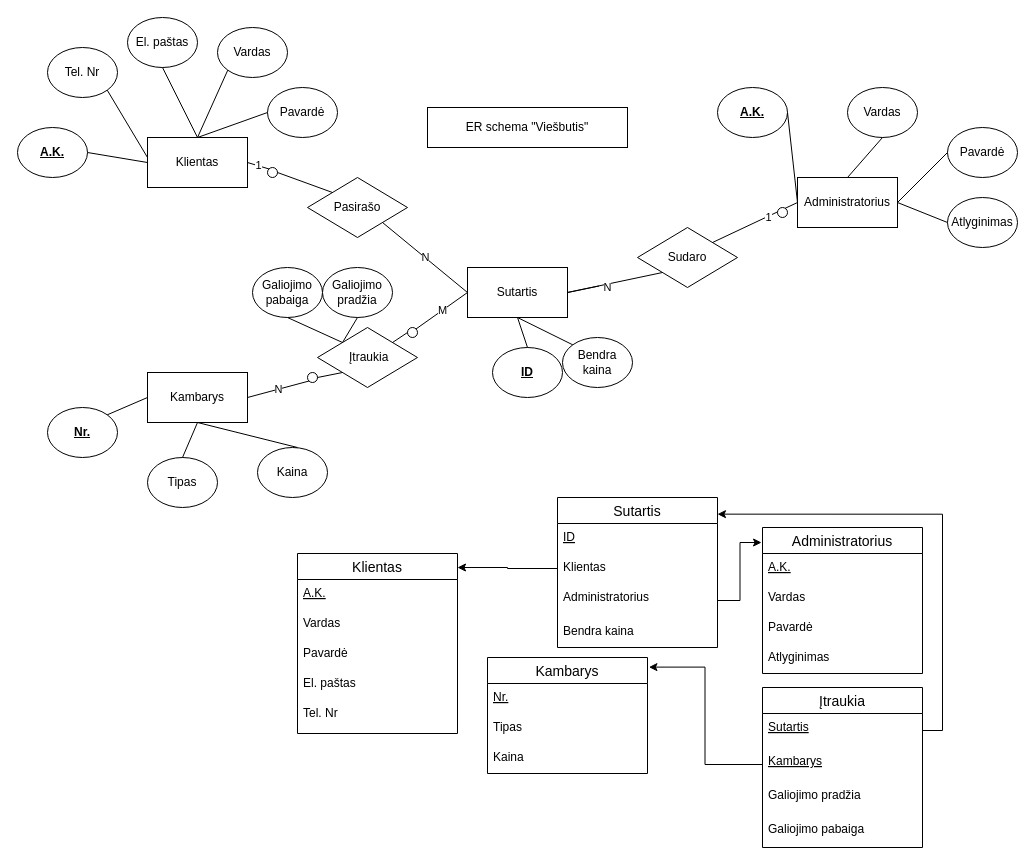
The draw.io diagram Viešbučio ErDiagrama.drawio in R0PK3/DBVS, before the edit. Source tidied: cells renumbered, new cells numbered last; positions are measured from the earlier drawing's top-left corner, leaving out a move shared by most shapes. Both pictures are drawn from the tidied source at 100%, with x=0, y=0 at pixel (17, 17).
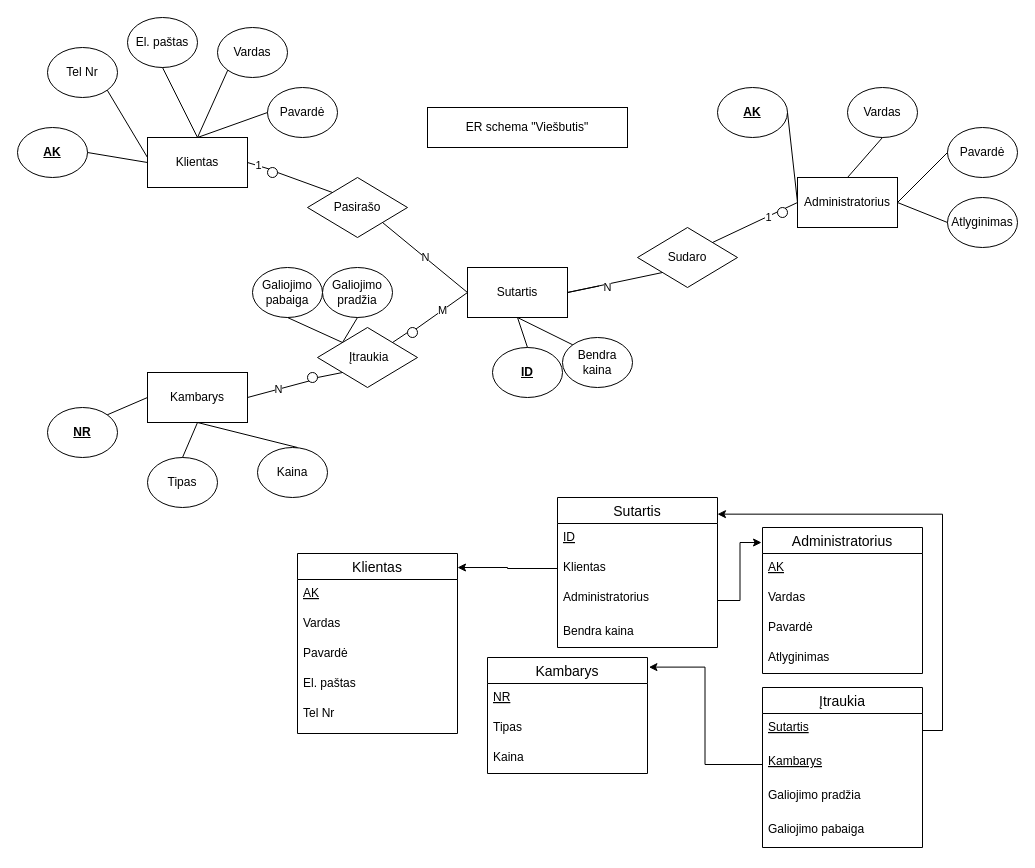
Above is the later version.

The change refers to these unchanged cells:
```xml
<mxCell id="46" value="Klientas" style="swimlane;fontStyle=0;horizontal=1;startSize=26;align=center;fontSize=14;" parent="1" vertex="1">
  <mxGeometry x="280" y="536" width="160" height="180" as="geometry" />
</mxCell>
<mxCell id="52" value="Administratorius" style="swimlane;fontStyle=0;horizontal=1;startSize=26;align=center;fontSize=14;" parent="1" vertex="1">
  <mxGeometry x="745" y="510" width="160" height="146" as="geometry" />
</mxCell>
<mxCell id="64" value="Kambarys" style="swimlane;fontStyle=0;horizontal=1;startSize=26;align=center;fontSize=14;" parent="1" vertex="1">
  <mxGeometry x="470" y="640" width="160" height="116" as="geometry" />
</mxCell>
```

Diff of the diagram source:
```diff
@@
-    <mxCell id="5" value="A.K." style="ellipse;whiteSpace=wrap;html=1;fontStyle=5;" parent="1" vertex="1">
+    <mxCell id="5" value="AK" style="ellipse;whiteSpace=wrap;html=1;fontStyle=5;" parent="1" vertex="1">
       <mxGeometry x="700" y="70" width="70" height="50" as="geometry" />
     </mxCell>
@@
-    <mxCell id="7" value="A.K." style="ellipse;whiteSpace=wrap;html=1;fontStyle=5;" parent="1" vertex="1">
+    <mxCell id="7" value="AK" style="ellipse;whiteSpace=wrap;html=1;fontStyle=5;" parent="1" vertex="1">
       <mxGeometry y="110" width="70" height="50" as="geometry" />
     </mxCell>
-    <mxCell id="8" value="Tel. Nr" style="ellipse;whiteSpace=wrap;html=1;" parent="1" vertex="1">
+    <mxCell id="8" value="Tel Nr" style="ellipse;whiteSpace=wrap;html=1;" parent="1" vertex="1">
       <mxGeometry x="30" y="30" width="70" height="50" as="geometry" />
     </mxCell>
@@
-    <mxCell id="21" value="Nr." style="ellipse;whiteSpace=wrap;html=1;fontStyle=5;" parent="1" vertex="1">
+    <mxCell id="21" value="NR" style="ellipse;whiteSpace=wrap;html=1;fontStyle=5;" parent="1" vertex="1">
       <mxGeometry x="30" y="390" width="70" height="50" as="geometry" />
     </mxCell>
@@
-    <mxCell id="47" value="A.K." style="text;strokeColor=none;fillColor=none;spacingLeft=4;spacingRight=4;overflow=hidden;fontSize=12;fontStyle=4;" parent="46" vertex="1">
+    <mxCell id="47" value="AK" style="text;strokeColor=none;fillColor=none;spacingLeft=4;spacingRight=4;overflow=hidden;fontSize=12;fontStyle=4;" parent="46" vertex="1">
       <mxGeometry y="26" width="160" height="30" as="geometry" />
     </mxCell>
@@
-    <mxCell id="51" value="Tel. Nr" style="text;strokeColor=none;fillColor=none;spacingLeft=4;spacingRight=4;overflow=hidden;fontSize=12;" parent="46" vertex="1">
+    <mxCell id="51" value="Tel Nr" style="text;strokeColor=none;fillColor=none;spacingLeft=4;spacingRight=4;overflow=hidden;fontSize=12;" parent="46" vertex="1">
       <mxGeometry y="146" width="160" height="34" as="geometry" />
     </mxCell>
@@
-    <mxCell id="53" value="A.K." style="text;strokeColor=none;fillColor=none;spacingLeft=4;spacingRight=4;overflow=hidden;fontSize=12;fontStyle=4;" parent="52" vertex="1">
+    <mxCell id="53" value="AK" style="text;strokeColor=none;fillColor=none;spacingLeft=4;spacingRight=4;overflow=hidden;fontSize=12;fontStyle=4;" parent="52" vertex="1">
       <mxGeometry y="26" width="160" height="30" as="geometry" />
     </mxCell>
@@
-    <mxCell id="65" value="Nr." style="text;strokeColor=none;fillColor=none;spacingLeft=4;spacingRight=4;overflow=hidden;fontSize=12;fontStyle=4;" parent="64" vertex="1">
+    <mxCell id="65" value="NR" style="text;strokeColor=none;fillColor=none;spacingLeft=4;spacingRight=4;overflow=hidden;fontSize=12;fontStyle=4;" parent="64" vertex="1">
       <mxGeometry y="26" width="160" height="30" as="geometry" />
     </mxCell>
```
